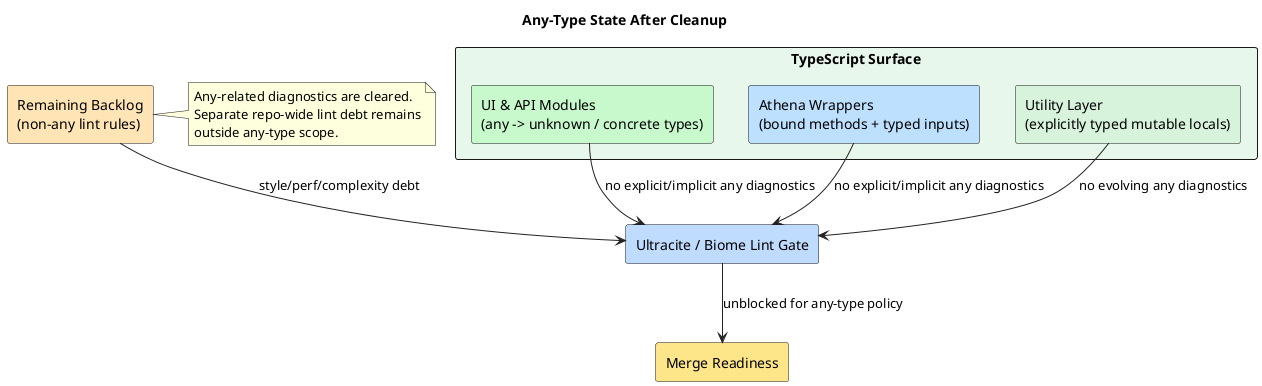
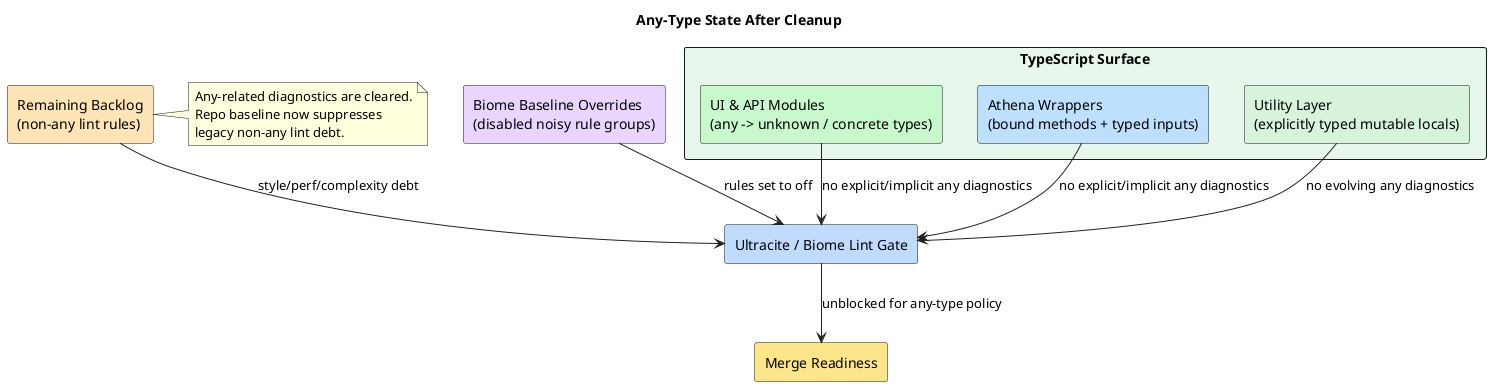
@startuml
skinparam backgroundColor white
skinparam defaultFontColor black
skinparam ArrowColor #222222
skinparam packageStyle rectangle

title Any-Type State After Cleanup

package "TypeScript Surface" as TS #E8F7EC {
  rectangle "UI & API Modules\n(any -> unknown / concrete types)" as UiApi #C7F9CC
  rectangle "Athena Wrappers\n(bound methods + typed inputs)" as Athena #BDE0FE
  rectangle "Utility Layer\n(explicitly typed mutable locals)" as Utils #D8F3DC
}

rectangle "Ultracite / Biome Lint Gate" as Lint #BFDBFE
rectangle "Merge Readiness" as Merge #FDE68A
rectangle "Remaining Backlog\n(non-any lint rules)" as Backlog #FFE4B5
+ rectangle "Biome Baseline Overrides\n(disabled noisy rule groups)" as Policy #E9D5FF

UiApi --> Lint : no explicit/implicit any diagnostics
Athena --> Lint : no explicit/implicit any diagnostics
Utils --> Lint : no evolving any diagnostics
Backlog --> Lint : style/perf/complexity debt
+ Policy --> Lint : rules set to off
Lint --> Merge : unblocked for any-type policy

note right of Backlog
Any-related diagnostics are cleared.
- Separate repo-wide lint debt remains
- outside any-type scope.
+ Repo baseline now suppresses
+ legacy non-any lint debt.
end note

@enduml
